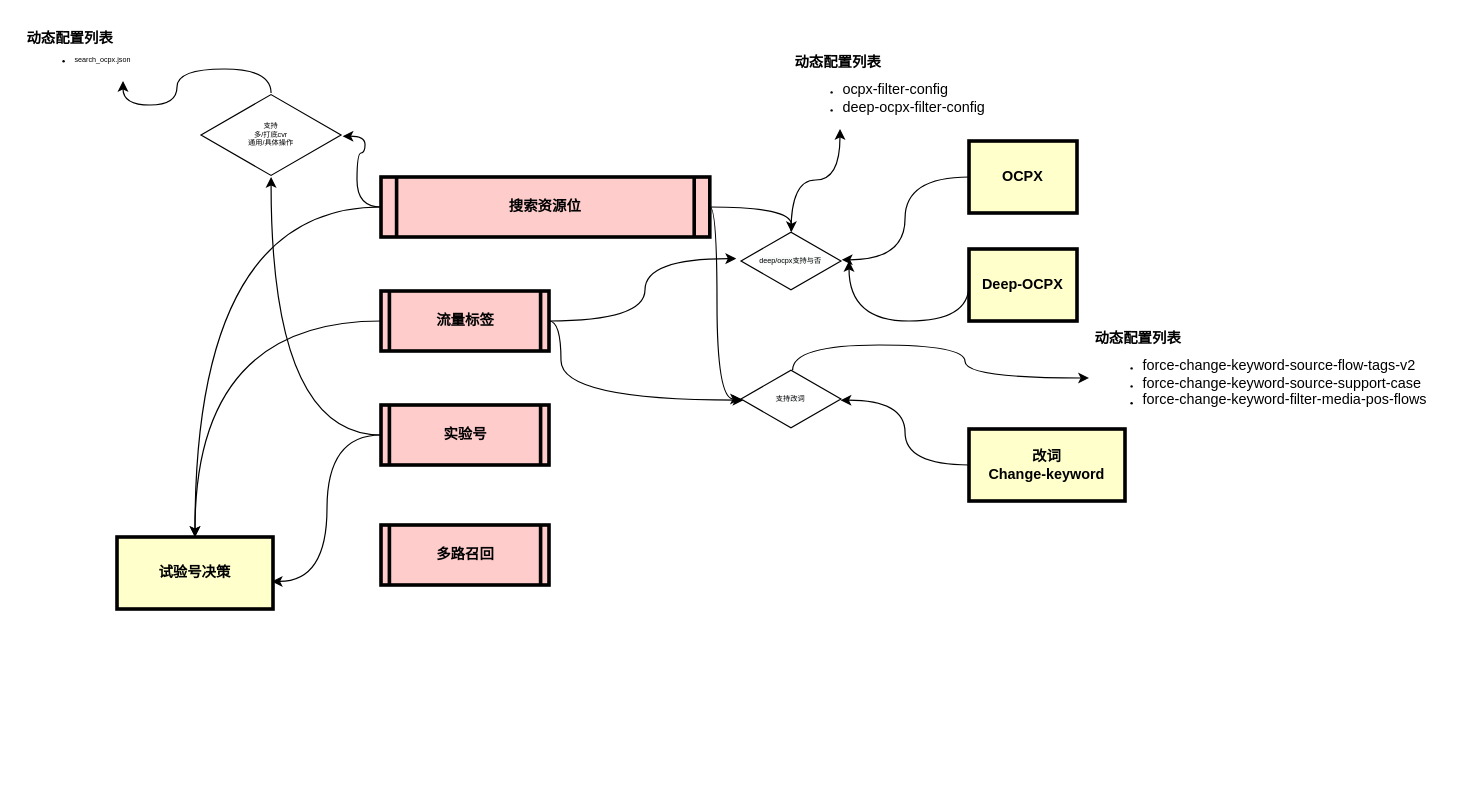
The draw.io diagram universal-engine/search-domain.drawio in karlchan-cn/drawio-repository, before the edit. Source tidied: cells renumbered, new cells numbered last; positions are measured from the earlier drawing's top-left corner, leaving out a move shared by most shapes. Both pictures are drawn from the tidied source at 120%, with x=0, y=0 at pixel (20, 32).
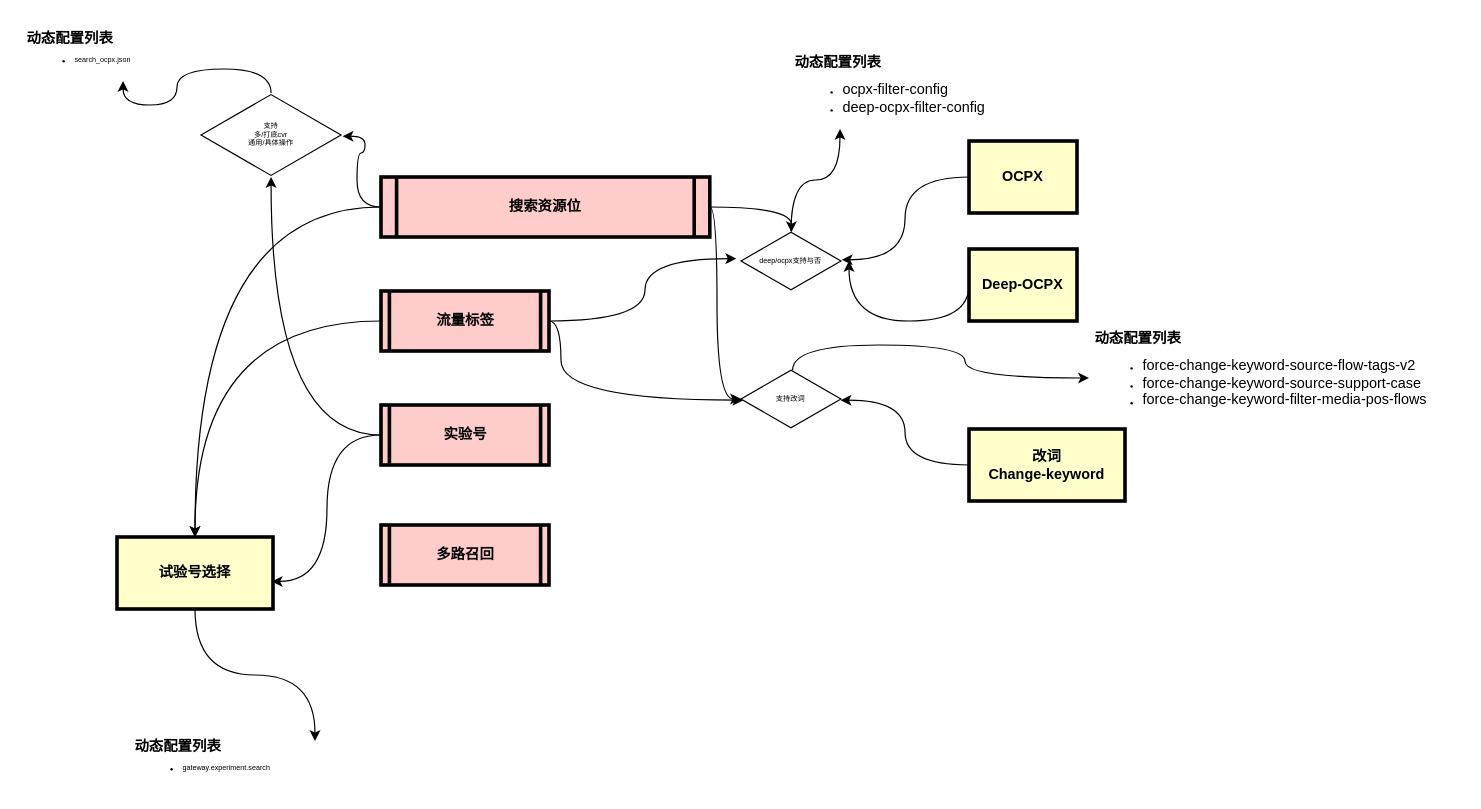
The same diagram, later.

The edit, as a diff of the source:
```diff
@@
+    <mxCell id="31" style="edgeStyle=orthogonalEdgeStyle;curved=1;rounded=0;jettySize=auto;html=1;entryX=0.5;entryY=0;entryDx=0;entryDy=0;fontSize=6;" parent="1" edge="1" source="30" target="32">
+      <mxGeometry relative="1" as="geometry" />
+    </mxCell>
-    <mxCell id="30" value="试验号决策" style="whiteSpace=wrap;align=center;verticalAlign=middle;fontStyle=1;strokeWidth=3;fillColor=#FFFFCC;" parent="1" vertex="1">
+    <mxCell id="30" value="试验号选择" style="whiteSpace=wrap;align=center;verticalAlign=middle;fontStyle=1;strokeWidth=3;fillColor=#FFFFCC;" parent="1" vertex="1">
       <mxGeometry x="80" y="420" width="130" height="60" as="geometry" />
     </mxCell>
+    <mxCell id="32" value="&lt;h1&gt;动态配置列表&lt;/h1&gt;&lt;div&gt;&lt;ul&gt;&lt;li&gt;&lt;font face=&quot;pingfang sc, helvetica, tahoma, arial, hiragino sans gb, microsoft yahei, simsun, heiti, sans-serif&quot;&gt;&lt;span style=&quot;background-color: rgb(255 , 255 , 255)&quot;&gt;gateway.experiment.search&lt;/span&gt;&lt;/font&gt;&lt;/li&gt;&lt;/ul&gt;&lt;/div&gt;" style="text;html=1;strokeColor=none;fillColor=none;spacing=5;spacingTop=-20;whiteSpace=wrap;overflow=hidden;rounded=0;fontSize=6;" parent="1" vertex="1">
+      <mxGeometry x="90" y="590" width="310" height="40" as="geometry" />
+    </mxCell>
```
